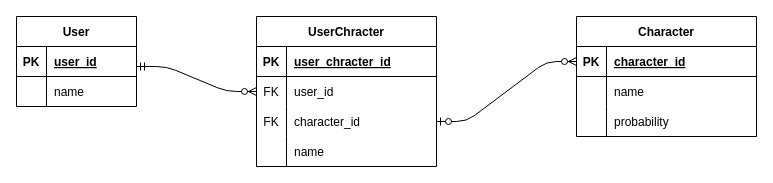
Above: document/er.drawio in ei-sugimoto/techGo (draw.io), before the change. Source tidied: cells renumbered, new cells numbered last; positions are measured from the earlier drawing's top-left corner, leaving out a move shared by most shapes. Both pictures are drawn from the tidied source at 100%, with x=0, y=0 at pixel (16, 16).
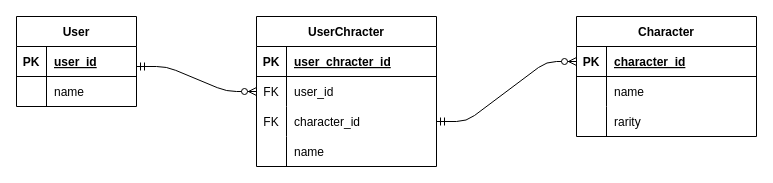
After the change.

Unchanged cells that the change refers to:
```xml
<mxCell id="16" style="shape=tableRow;horizontal=0;startSize=0;swimlaneHead=0;swimlaneBody=0;fillColor=none;points=[[0,0.5],[1,0.5]];portConstraint=eastwest;top=0;left=0;right=0;bottom=0;" parent="9" vertex="1">
  <mxGeometry y="90" width="180" height="30" as="geometry" />
</mxCell>
<mxCell id="23" style="shape=tableRow;horizontal=0;startSize=0;swimlaneHead=0;swimlaneBody=0;fillColor=none;points=[[0,0.5],[1,0.5]];portConstraint=eastwest;top=0;left=0;right=0;bottom=1;" parent="22" vertex="1">
  <mxGeometry y="30" width="180" height="30" as="geometry" />
</mxCell>
<mxCell id="29" style="shape=tableRow;horizontal=0;startSize=0;swimlaneHead=0;swimlaneBody=0;fillColor=none;top=0;left=0;right=0;bottom=0;" parent="22" vertex="1">
  <mxGeometry y="90" width="180" height="30" as="geometry" />
</mxCell>
```

Diff of the diagram source:
```diff
@@
-    <mxCell id="31" value="probability" style="shape=partialRectangle;fillColor=none;top=0;left=0;bottom=0;right=0;align=left;spacingLeft=6;overflow=hidden;" parent="29" vertex="1">
+    <mxCell id="31" value="rarity" style="shape=partialRectangle;fillColor=none;top=0;left=0;bottom=0;right=0;align=left;spacingLeft=6;overflow=hidden;" parent="29" vertex="1">
       <mxGeometry x="30" width="150" height="30" as="geometry" />
     </mxCell>
@@
-    <mxCell id="33" style="edgeStyle=entityRelationEdgeStyle;fontSize=12;html=1;endArrow=ERzeroToMany;startArrow=ERzeroToOne;exitX=1;exitY=0.5;exitDx=0;exitDy=0;entryX=0;entryY=0.5;entryDx=0;entryDy=0;" parent="1" edge="1" source="16" target="23">
+    <mxCell id="33" style="edgeStyle=entityRelationEdgeStyle;fontSize=12;html=1;endArrow=ERzeroToMany;startArrow=ERmandOne;exitX=1;exitY=0.5;exitDx=0;exitDy=0;entryX=0;entryY=0.5;entryDx=0;entryDy=0;" parent="1" edge="1" source="16" target="23">
       <mxGeometry relative="1" as="geometry" />
     </mxCell>
```
